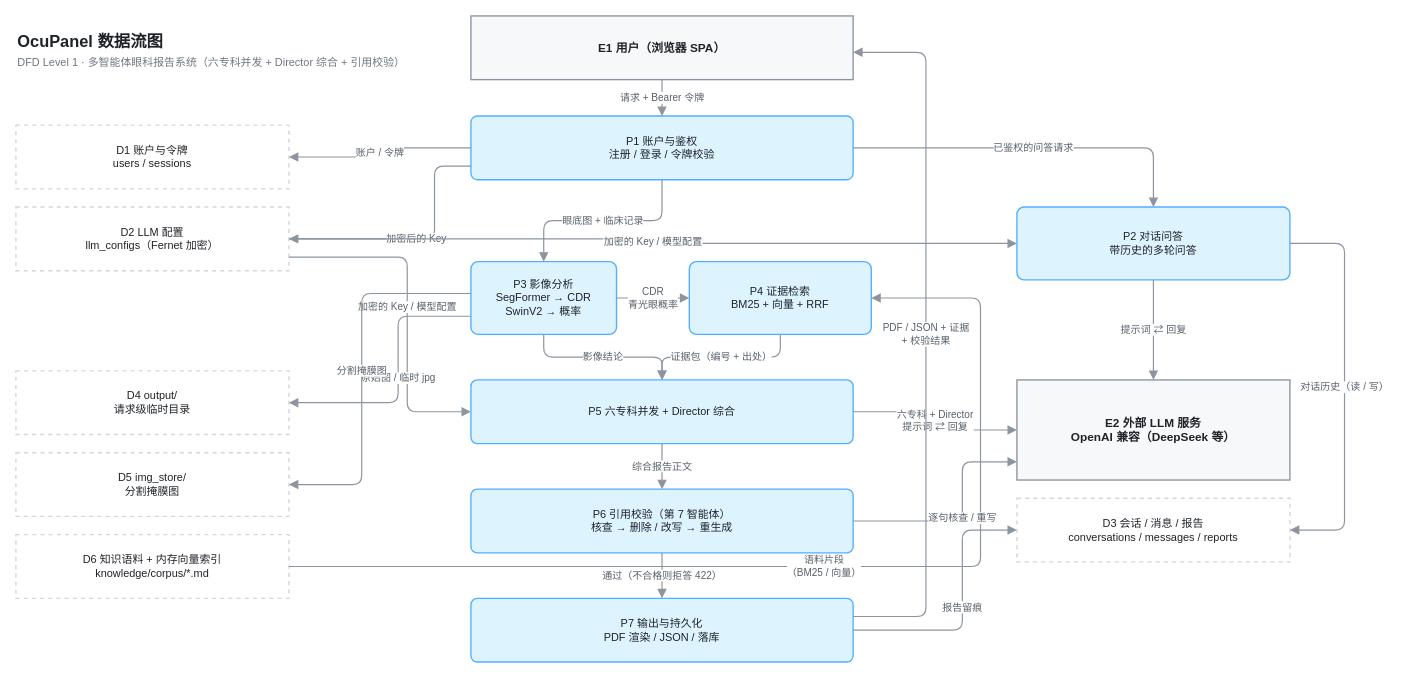
Before: docs/diagrams/dataflow.drawio in tpTwof/OcuPanel, a draw.io diagram. Source tidied: cells renumbered, new cells numbered last; positions are measured from the earlier drawing's top-left corner, leaving out a move shared by most shapes. Both pictures are drawn from the tidied source at 91%, with x=0, y=0 at pixel (15, 15).
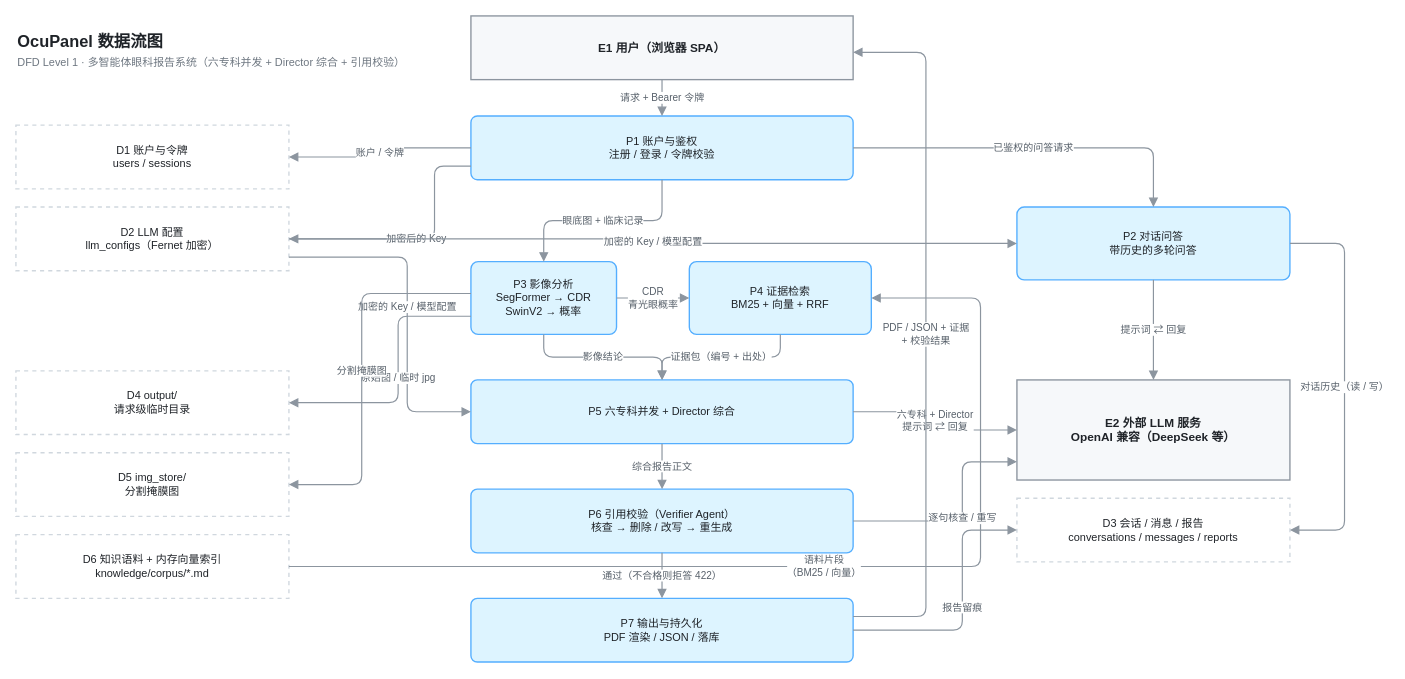
The same diagram, later.

What changed in the source:
```diff
@@
-    <mxCell id="11" value="P6  引用校验（第 7 智能体）&lt;br&gt;核查 → 删除 / 改写 → 重生成" style="rounded=1;arcSize=10;whiteSpace=wrap;html=1;fillColor=#DDF4FF;strokeColor=#54AEFF;strokeWidth=1.5;fontColor=#1F2328;fontSize=12;" parent="1" vertex="1">
+    <mxCell id="11" value="P6  引用校验（Verifier Agent）&lt;br&gt;核查 → 删除 / 改写 → 重生成" style="rounded=1;arcSize=10;whiteSpace=wrap;html=1;fillColor=#DDF4FF;strokeColor=#54AEFF;strokeWidth=1.5;fontColor=#1F2328;fontSize=12;" parent="1" vertex="1">
       <mxGeometry x="500" y="520" width="420" height="70" as="geometry" />
     </mxCell>
```
